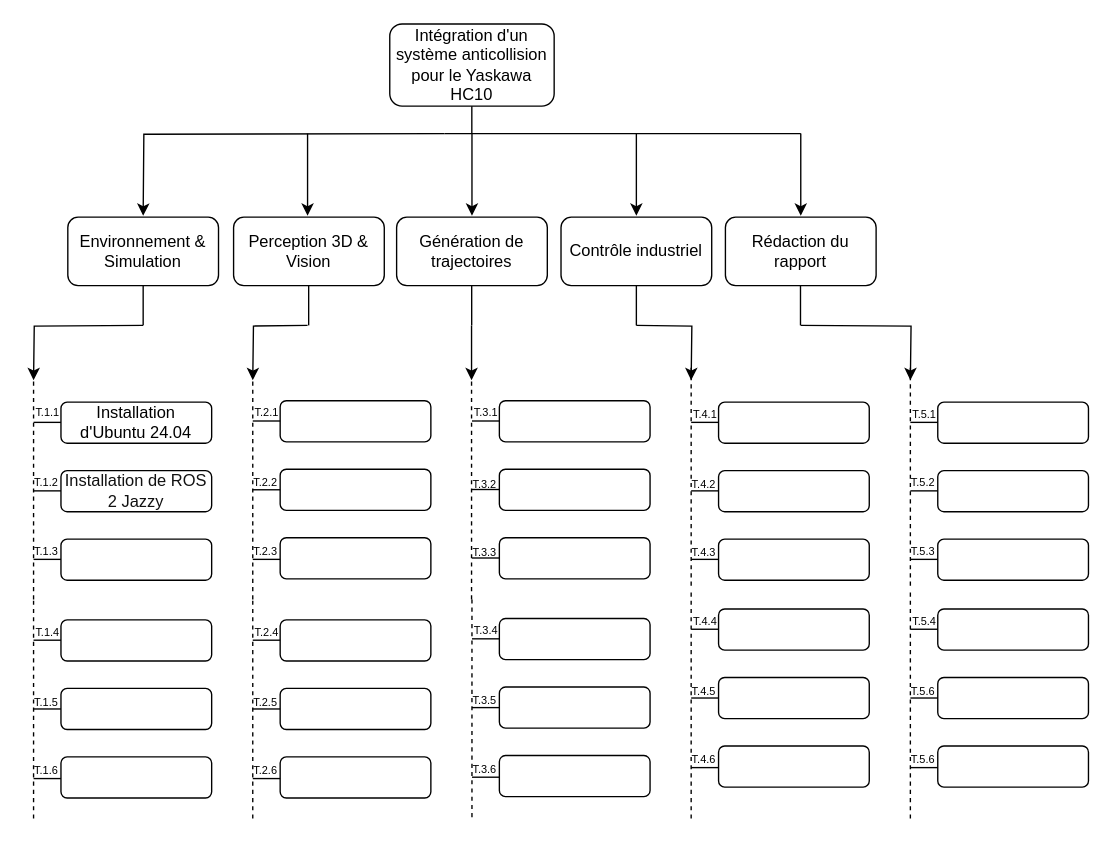
The draw.io diagram Rapport/WBS.drawio in Leoam24/integration-robotique, before the edit. Source tidied: cells renumbered, new cells numbered last; positions are measured from the earlier drawing's top-left corner, leaving out a move shared by most shapes. Both pictures are drawn from the tidied source at 137%, with x=0, y=0 at pixel (29, 23).
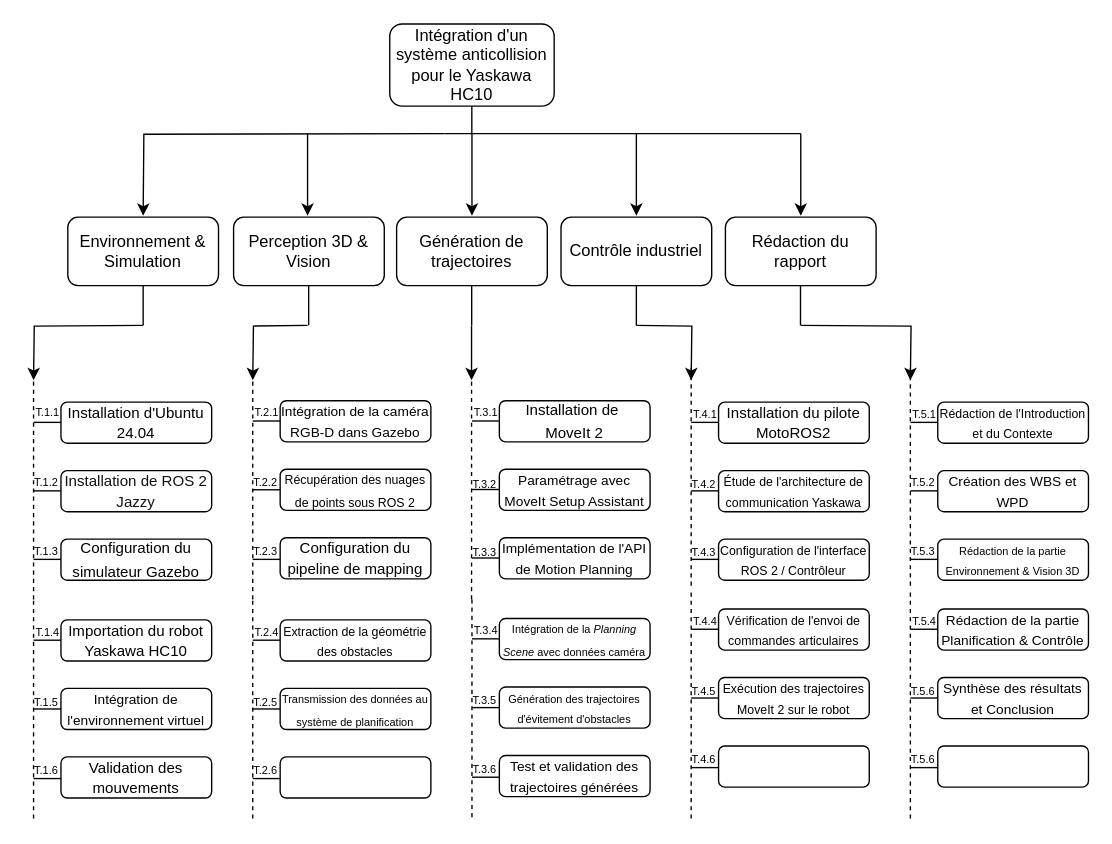
The same diagram, later.

Change to the diagram source:
```diff
@@
-    <mxCell id="30" value="Installation d'Ubuntu 24.04" style="rounded=1;whiteSpace=wrap;html=1;" parent="1" vertex="1">
+    <mxCell id="30" value="&lt;font style=&quot;font-size: 11px;&quot;&gt;Installation d'Ubuntu 24.04&lt;/font&gt;" style="rounded=1;whiteSpace=wrap;html=1;" parent="1" vertex="1">
       <mxGeometry x="23" y="276" width="110" height="30" as="geometry" />
     </mxCell>
-    <mxCell id="31" value="&lt;span id=&quot;docs-internal-guid-03c780f0-7fff-b77b-0b96-6fbc24aedde1&quot;&gt;&lt;span style=&quot;color: rgb(17, 17, 17); background-color: transparent; font-variant: normal; vertical-align: baseline; white-space: pre-wrap;&quot;&gt;&lt;font face=&quot;Helvetica&quot;&gt;Installation de ROS 2 Jazzy&lt;/font&gt;&lt;/span&gt;&lt;/span&gt;" style="rounded=1;whiteSpace=wrap;html=1;" parent="1" vertex="1">
+    <mxCell id="31" value="&lt;span id=&quot;docs-internal-guid-03c780f0-7fff-b77b-0b96-6fbc24aedde1&quot;&gt;&lt;span style=&quot;color: rgb(17, 17, 17); background-color: transparent; font-variant: normal; vertical-align: baseline; white-space: pre-wrap;&quot;&gt;&lt;font face=&quot;Helvetica&quot; style=&quot;font-size: 11px;&quot;&gt;Installation de ROS 2 Jazzy&lt;/font&gt;&lt;/span&gt;&lt;/span&gt;" style="rounded=1;whiteSpace=wrap;html=1;" parent="1" vertex="1">
       <mxGeometry x="23" y="326" width="110" height="30" as="geometry" />
     </mxCell>
-    <mxCell id="32" style="rounded=1;whiteSpace=wrap;html=1;" parent="1" vertex="1">
+    <mxCell id="32" value="&lt;span&gt;&lt;font style=&quot;font-size: 11px;&quot;&gt;Configuration du simulateur Gazebo&lt;/font&gt;&lt;/span&gt;&lt;span&gt;&lt;sup class=&quot;superscript&quot;&gt;&lt;/sup&gt;&lt;/span&gt;&lt;span&gt;&lt;/span&gt;" style="rounded=1;whiteSpace=wrap;html=1;" parent="1" vertex="1">
       <mxGeometry x="23" y="376" width="110" height="30" as="geometry" />
     </mxCell>
-    <mxCell id="33" style="rounded=1;whiteSpace=wrap;html=1;" parent="1" vertex="1">
+    <mxCell id="33" value="&lt;font style=&quot;font-size: 10px;&quot;&gt;Intégration de la caméra RGB-D dans Gazebo&lt;/font&gt;" style="rounded=1;whiteSpace=wrap;html=1;" parent="1" vertex="1">
       <mxGeometry x="183" y="275" width="110" height="30" as="geometry" />
     </mxCell>
-    <mxCell id="34" style="rounded=1;whiteSpace=wrap;html=1;" parent="1" vertex="1">
+    <mxCell id="34" value="&lt;span&gt;&lt;font style=&quot;font-size: 9px;&quot;&gt;Récupération des nuages de points sous ROS 2&lt;/font&gt;&lt;/span&gt;&lt;span&gt;&lt;sup class=&quot;superscript&quot;&gt;&lt;/sup&gt;&lt;/span&gt;&lt;span&gt;&lt;/span&gt;" style="rounded=1;whiteSpace=wrap;html=1;" parent="1" vertex="1">
       <mxGeometry x="183" y="325" width="110" height="30" as="geometry" />
     </mxCell>
-    <mxCell id="35" style="rounded=1;whiteSpace=wrap;html=1;" parent="1" vertex="1">
+    <mxCell id="35" value="&lt;font style=&quot;font-size: 11px;&quot;&gt;Configuration du pipeline de mapping&lt;/font&gt;" style="rounded=1;whiteSpace=wrap;html=1;" parent="1" vertex="1">
       <mxGeometry x="183" y="375" width="110" height="30" as="geometry" />
     </mxCell>
-    <mxCell id="36" style="rounded=1;whiteSpace=wrap;html=1;" parent="1" vertex="1">
+    <mxCell id="36" value="&lt;span&gt;&lt;font style=&quot;font-size: 11px;&quot;&gt;Installation de&amp;nbsp;&lt;/font&gt;&lt;/span&gt;&lt;div&gt;&lt;span&gt;&lt;font style=&quot;font-size: 11px;&quot;&gt;MoveIt 2&lt;/font&gt;&lt;/span&gt;&lt;span&gt;&lt;sup class=&quot;superscript&quot;&gt;&lt;/sup&gt;&lt;/span&gt;&lt;span&gt;&lt;/span&gt;&lt;/div&gt;" style="rounded=1;whiteSpace=wrap;html=1;" parent="1" vertex="1">
       <mxGeometry x="343" y="275" width="110" height="30" as="geometry" />
     </mxCell>
-    <mxCell id="37" style="rounded=1;whiteSpace=wrap;html=1;" parent="1" vertex="1">
+    <mxCell id="37" value="&lt;font style=&quot;font-size: 10px;&quot;&gt;Paramétrage avec MoveIt Setup Assistant&lt;/font&gt;" style="rounded=1;whiteSpace=wrap;html=1;" parent="1" vertex="1">
       <mxGeometry x="343" y="325" width="110" height="30" as="geometry" />
     </mxCell>
-    <mxCell id="38" style="rounded=1;whiteSpace=wrap;html=1;" parent="1" vertex="1">
+    <mxCell id="38" value="&lt;font style=&quot;font-size: 10px;&quot;&gt;Implémentation de l'API de Motion Planning&lt;/font&gt;" style="rounded=1;whiteSpace=wrap;html=1;" parent="1" vertex="1">
       <mxGeometry x="343" y="375" width="110" height="30" as="geometry" />
     </mxCell>
-    <mxCell id="39" style="rounded=1;whiteSpace=wrap;html=1;" parent="1" vertex="1">
+    <mxCell id="39" value="&lt;font style=&quot;font-size: 11px;&quot;&gt;Installation du pilote MotoROS2&lt;/font&gt;" style="rounded=1;whiteSpace=wrap;html=1;" parent="1" vertex="1">
       <mxGeometry x="503" y="276" width="110" height="30" as="geometry" />
     </mxCell>
-    <mxCell id="40" style="rounded=1;whiteSpace=wrap;html=1;" parent="1" vertex="1">
+    <mxCell id="40" value="&lt;font style=&quot;font-size: 9px;&quot;&gt;Étude de l'architecture de communication Yaskawa&lt;/font&gt;" style="rounded=1;whiteSpace=wrap;html=1;" parent="1" vertex="1">
       <mxGeometry x="503" y="326" width="110" height="30" as="geometry" />
     </mxCell>
-    <mxCell id="41" style="rounded=1;whiteSpace=wrap;html=1;" parent="1" vertex="1">
+    <mxCell id="41" value="&lt;font style=&quot;font-size: 9px;&quot;&gt;Configuration de l'interface ROS 2 / Contrôleur&lt;/font&gt;" style="rounded=1;whiteSpace=wrap;html=1;" parent="1" vertex="1">
       <mxGeometry x="503" y="376" width="110" height="30" as="geometry" />
     </mxCell>
-    <mxCell id="42" style="rounded=1;whiteSpace=wrap;html=1;" parent="1" vertex="1">
+    <mxCell id="42" value="&lt;font style=&quot;font-size: 9px;&quot;&gt;Rédaction de l'Introduction et du Contexte&lt;/font&gt;" style="rounded=1;whiteSpace=wrap;html=1;" parent="1" vertex="1">
       <mxGeometry x="663" y="276" width="110" height="30" as="geometry" />
     </mxCell>
-    <mxCell id="43" style="rounded=1;whiteSpace=wrap;html=1;" parent="1" vertex="1">
+    <mxCell id="43" value="&lt;font style=&quot;font-size: 10px;&quot;&gt;Création des WBS et WPD&lt;/font&gt;" style="rounded=1;whiteSpace=wrap;html=1;" parent="1" vertex="1">
       <mxGeometry x="663" y="326" width="110" height="30" as="geometry" />
     </mxCell>
-    <mxCell id="44" style="rounded=1;whiteSpace=wrap;html=1;" parent="1" vertex="1">
+    <mxCell id="44" value="&lt;font style=&quot;font-size: 8px;&quot;&gt;Rédaction de la partie Environnement &amp;amp; Vision 3D&lt;/font&gt;" style="rounded=1;whiteSpace=wrap;html=1;" parent="1" vertex="1">
       <mxGeometry x="663" y="376" width="110" height="30" as="geometry" />
     </mxCell>
@@
-    <mxCell id="76" style="rounded=1;whiteSpace=wrap;html=1;" parent="1" vertex="1">
+    <mxCell id="76" value="&lt;span style=&quot;font-size: 11px;&quot;&gt;Importation du robot Yaskawa HC10&lt;/span&gt;" style="rounded=1;whiteSpace=wrap;html=1;" parent="1" vertex="1">
       <mxGeometry x="23" y="435" width="110" height="30" as="geometry" />
     </mxCell>
-    <mxCell id="77" style="rounded=1;whiteSpace=wrap;html=1;" parent="1" vertex="1">
+    <mxCell id="77" value="&lt;font style=&quot;font-size: 10px;&quot;&gt;Intégration de l'environnement virtuel&lt;/font&gt;" style="rounded=1;whiteSpace=wrap;html=1;" parent="1" vertex="1">
       <mxGeometry x="23" y="485" width="110" height="30" as="geometry" />
     </mxCell>
-    <mxCell id="78" style="rounded=1;whiteSpace=wrap;html=1;" parent="1" vertex="1">
+    <mxCell id="78" value="&lt;span style=&quot;font-size: 11px;&quot;&gt;Validation des mouvements&lt;/span&gt;" style="rounded=1;whiteSpace=wrap;html=1;" parent="1" vertex="1">
       <mxGeometry x="23" y="535" width="110" height="30" as="geometry" />
     </mxCell>
@@
-    <mxCell id="86" style="rounded=1;whiteSpace=wrap;html=1;" parent="1" vertex="1">
+    <mxCell id="86" value="&lt;font style=&quot;font-size: 9px;&quot;&gt;Extraction de la géométrie des obstacles&lt;br&gt;&lt;/font&gt;" style="rounded=1;whiteSpace=wrap;html=1;" parent="1" vertex="1">
       <mxGeometry x="183" y="435" width="110" height="30" as="geometry" />
     </mxCell>
-    <mxCell id="87" style="rounded=1;whiteSpace=wrap;html=1;" parent="1" vertex="1">
+    <mxCell id="87" value="&lt;font style=&quot;font-size: 8px;&quot;&gt;&lt;font style=&quot;&quot;&gt;Transmission des données&amp;nbsp;&lt;/font&gt;&lt;span style=&quot;&quot;&gt;au système de planification&lt;/span&gt;&lt;/font&gt;&lt;span&gt;&lt;sup class=&quot;superscript&quot;&gt;&lt;/sup&gt;&lt;/span&gt;&lt;span&gt;&lt;/span&gt;" style="rounded=1;whiteSpace=wrap;html=1;" parent="1" vertex="1">
       <mxGeometry x="183" y="485" width="110" height="30" as="geometry" />
     </mxCell>
@@
-    <mxCell id="96" style="rounded=1;whiteSpace=wrap;html=1;" parent="1" vertex="1">
+    <mxCell id="96" value="&lt;span&gt;&lt;font style=&quot;font-size: 8px;&quot;&gt;Intégration de la &lt;i style=&quot;&quot;&gt;Planning Scene&lt;/i&gt; avec données caméra&lt;/font&gt;&lt;/span&gt;&lt;span&gt;&lt;sup class=&quot;superscript&quot;&gt;&lt;/sup&gt;&lt;/span&gt;&lt;span&gt;&lt;/span&gt;" style="rounded=1;whiteSpace=wrap;html=1;" parent="1" vertex="1">
       <mxGeometry x="343" y="434" width="110" height="30" as="geometry" />
     </mxCell>
-    <mxCell id="97" style="rounded=1;whiteSpace=wrap;html=1;" parent="1" vertex="1">
+    <mxCell id="97" value="&lt;font style=&quot;font-size: 8px;&quot;&gt;Génération des trajectoires d'évitement d'obstacles&lt;/font&gt;" style="rounded=1;whiteSpace=wrap;html=1;" parent="1" vertex="1">
       <mxGeometry x="343" y="484" width="110" height="30" as="geometry" />
     </mxCell>
-    <mxCell id="98" style="rounded=1;whiteSpace=wrap;html=1;" parent="1" vertex="1">
+    <mxCell id="98" value="&lt;font style=&quot;font-size: 10px;&quot;&gt;Test et validation des trajectoires générées&lt;/font&gt;" style="rounded=1;whiteSpace=wrap;html=1;" parent="1" vertex="1">
       <mxGeometry x="343" y="534" width="110" height="30" as="geometry" />
     </mxCell>
@@
-    <mxCell id="106" style="rounded=1;whiteSpace=wrap;html=1;" parent="1" vertex="1">
+    <mxCell id="106" value="&lt;font style=&quot;font-size: 9px;&quot;&gt;Vérification de l'envoi de commandes articulaires&lt;/font&gt;" style="rounded=1;whiteSpace=wrap;html=1;" parent="1" vertex="1">
       <mxGeometry x="503" y="427" width="110" height="30" as="geometry" />
     </mxCell>
-    <mxCell id="107" style="rounded=1;whiteSpace=wrap;html=1;" parent="1" vertex="1">
+    <mxCell id="107" value="&lt;font style=&quot;font-size: 9px;&quot;&gt;Exécution des trajectoires MoveIt 2 sur le robot&lt;/font&gt;" style="rounded=1;whiteSpace=wrap;html=1;" parent="1" vertex="1">
       <mxGeometry x="503" y="477" width="110" height="30" as="geometry" />
     </mxCell>
@@
-    <mxCell id="116" style="rounded=1;whiteSpace=wrap;html=1;" parent="1" vertex="1">
+    <mxCell id="116" value="&lt;font style=&quot;font-size: 10px;&quot;&gt;Rédaction de la partie Planification &amp;amp; Contrôle&lt;/font&gt;" style="rounded=1;whiteSpace=wrap;html=1;" parent="1" vertex="1">
       <mxGeometry x="663" y="427" width="110" height="30" as="geometry" />
     </mxCell>
-    <mxCell id="117" style="rounded=1;whiteSpace=wrap;html=1;" parent="1" vertex="1">
+    <mxCell id="117" value="&lt;font style=&quot;font-size: 10px;&quot;&gt;Synthèse des résultats et Conclusion&lt;/font&gt;" style="rounded=1;whiteSpace=wrap;html=1;" parent="1" vertex="1">
       <mxGeometry x="663" y="477" width="110" height="30" as="geometry" />
     </mxCell>
```
